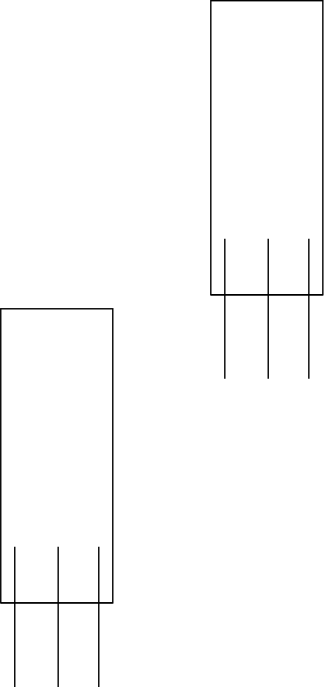
This is RxJs Observables.drawio.svg from hansschenker/rx-angular-state-counter-demo-hans, a draw.io export, as it was before one commit. Source tidied: cells renumbered, new cells last; positions are measured from the earlier drawing's top-left corner, leaving out a move shared by most shapes.
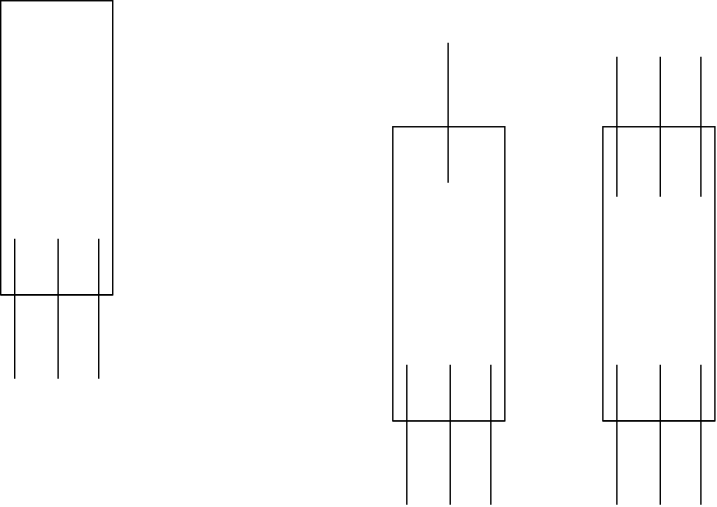
Above is the later version.

Change to the diagram source:
```diff
@@ -2,39 +2,6 @@
   <root>
     <mxCell id="0" />
     <mxCell id="1" parent="0" />
-    <mxCell id="2" style="group;" parent="1" vertex="1">
-      <mxGeometry x="160" width="80" height="270" as="geometry" />
-    </mxCell>
-    <mxCell id="3" style="rounded=0;whiteSpace=wrap;html=1;direction=south;" parent="2" vertex="1">
-      <mxGeometry width="80" height="210" as="geometry" />
-    </mxCell>
-    <mxCell id="4" style="group;direction=west;rotation=90;" parent="2" vertex="1">
-      <mxGeometry x="-10" y="180" width="100" height="80" as="geometry" />
-    </mxCell>
-    <mxCell id="5" style="endArrow=none;html=1;rounded=0;" parent="4" edge="1">
-      <mxGeometry relative="1" as="geometry">
-        <mxPoint x="10" y="30" as="sourcePoint" />
-        <mxPoint x="90" y="30" as="targetPoint" />
-      </mxGeometry>
-    </mxCell>
-    <mxCell id="6" style="endArrow=none;html=1;rounded=0;" parent="4" edge="1">
-      <mxGeometry relative="1" as="geometry">
-        <mxPoint x="51" y="-10" as="sourcePoint" />
-        <mxPoint x="51" y="90" as="targetPoint" />
-      </mxGeometry>
-    </mxCell>
-    <mxCell id="7" style="endArrow=none;html=1;rounded=0;" parent="4" edge="1">
-      <mxGeometry relative="1" as="geometry">
-        <mxPoint x="20" y="-10" as="sourcePoint" />
-        <mxPoint x="20" y="90" as="targetPoint" />
-      </mxGeometry>
-    </mxCell>
-    <mxCell id="8" style="endArrow=none;html=1;rounded=0;" parent="4" edge="1">
-      <mxGeometry relative="1" as="geometry">
-        <mxPoint x="80" y="-10" as="sourcePoint" />
-        <mxPoint x="80" y="90" as="targetPoint" />
-      </mxGeometry>
-    </mxCell>
     <mxCell id="9" style="group;" parent="1" vertex="1">
       <mxGeometry x="10" y="220" width="80" height="270" as="geometry" />
     </mxCell>
@@ -68,5 +35,98 @@
         <mxPoint x="80" y="90" as="targetPoint" />
       </mxGeometry>
     </mxCell>
+    <mxCell id="5" style="endArrow=none;html=1;rounded=0;" parent="1" edge="1">
+      <mxGeometry x="440" y="350" as="geometry">
+        <mxPoint x="290" y="520" as="sourcePoint" />
+        <mxPoint x="370" y="520" as="targetPoint" />
+      </mxGeometry>
+    </mxCell>
+    <mxCell id="16" style="group;" parent="1" vertex="1">
+      <mxGeometry x="440" y="260" width="80" height="320" as="geometry" />
+    </mxCell>
+    <mxCell id="17" style="rounded=0;whiteSpace=wrap;html=1;direction=south;" parent="16" vertex="1">
+      <mxGeometry y="50" width="80" height="210" as="geometry" />
+    </mxCell>
+    <mxCell id="18" style="endArrow=none;html=1;rounded=0;" parent="16" edge="1">
+      <mxGeometry x="-10" y="230" as="geometry">
+        <mxPoint y="260" as="sourcePoint" />
+        <mxPoint x="80" y="260" as="targetPoint" />
+      </mxGeometry>
+    </mxCell>
+    <mxCell id="19" style="group;" parent="16" vertex="1">
+      <mxGeometry x="10" y="220" width="60" height="100" as="geometry" />
+    </mxCell>
+    <mxCell id="20" style="endArrow=none;html=1;rounded=0;" parent="19" edge="1">
+      <mxGeometry x="-20" y="10" as="geometry">
+        <mxPoint x="31" as="sourcePoint" />
+        <mxPoint x="31" y="100" as="targetPoint" />
+      </mxGeometry>
+    </mxCell>
+    <mxCell id="21" style="endArrow=none;html=1;rounded=0;" parent="19" edge="1">
+      <mxGeometry x="-20" y="10" as="geometry">
+        <mxPoint as="sourcePoint" />
+        <mxPoint y="100" as="targetPoint" />
+      </mxGeometry>
+    </mxCell>
+    <mxCell id="22" style="endArrow=none;html=1;rounded=0;" parent="19" edge="1">
+      <mxGeometry x="-20" y="10" as="geometry">
+        <mxPoint x="60" as="sourcePoint" />
+        <mxPoint x="60" y="100" as="targetPoint" />
+      </mxGeometry>
+    </mxCell>
+    <mxCell id="23" style="group;" parent="16" vertex="1">
+      <mxGeometry x="10" width="60" height="100" as="geometry" />
+    </mxCell>
+    <mxCell id="24" style="endArrow=none;html=1;rounded=0;" parent="23" edge="1">
+      <mxGeometry x="-20" y="10" as="geometry">
+        <mxPoint x="31" as="sourcePoint" />
+        <mxPoint x="31" y="100" as="targetPoint" />
+      </mxGeometry>
+    </mxCell>
+    <mxCell id="25" style="endArrow=none;html=1;rounded=0;" parent="23" edge="1">
+      <mxGeometry x="-20" y="10" as="geometry">
+        <mxPoint as="sourcePoint" />
+        <mxPoint y="100" as="targetPoint" />
+      </mxGeometry>
+    </mxCell>
+    <mxCell id="26" style="endArrow=none;html=1;rounded=0;" parent="23" edge="1">
+      <mxGeometry x="-20" y="10" as="geometry">
+        <mxPoint x="60" as="sourcePoint" />
+        <mxPoint x="60" y="100" as="targetPoint" />
+      </mxGeometry>
+    </mxCell>
+    <mxCell id="27" style="group;" parent="1" vertex="1">
+      <mxGeometry x="290" y="250" width="80" height="330" as="geometry" />
+    </mxCell>
+    <mxCell id="3" style="rounded=0;whiteSpace=wrap;html=1;direction=south;" parent="27" vertex="1">
+      <mxGeometry y="60" width="80" height="210" as="geometry" />
+    </mxCell>
+    <mxCell id="28" style="endArrow=none;html=1;rounded=0;" parent="27" edge="1">
+      <mxGeometry x="-11.5" y="10" as="geometry">
+        <mxPoint x="39.5" as="sourcePoint" />
+        <mxPoint x="39.5" y="100" as="targetPoint" />
+      </mxGeometry>
+    </mxCell>
+    <mxCell id="29" style="group;" parent="27" vertex="1">
+      <mxGeometry x="10" y="230" width="60" height="100" as="geometry" />
+    </mxCell>
+    <mxCell id="6" style="endArrow=none;html=1;rounded=0;" parent="29" edge="1">
+      <mxGeometry x="-20" y="10" as="geometry">
+        <mxPoint x="31" as="sourcePoint" />
+        <mxPoint x="31" y="100" as="targetPoint" />
+      </mxGeometry>
+    </mxCell>
+    <mxCell id="7" style="endArrow=none;html=1;rounded=0;" parent="29" edge="1">
+      <mxGeometry x="-20" y="10" as="geometry">
+        <mxPoint as="sourcePoint" />
+        <mxPoint y="100" as="targetPoint" />
+      </mxGeometry>
+    </mxCell>
+    <mxCell id="8" style="endArrow=none;html=1;rounded=0;" parent="29" edge="1">
+      <mxGeometry x="-20" y="10" as="geometry">
+        <mxPoint x="60" as="sourcePoint" />
+        <mxPoint x="60" y="100" as="targetPoint" />
+      </mxGeometry>
+    </mxCell>
   </root>
 </mxGraphModel>
```
